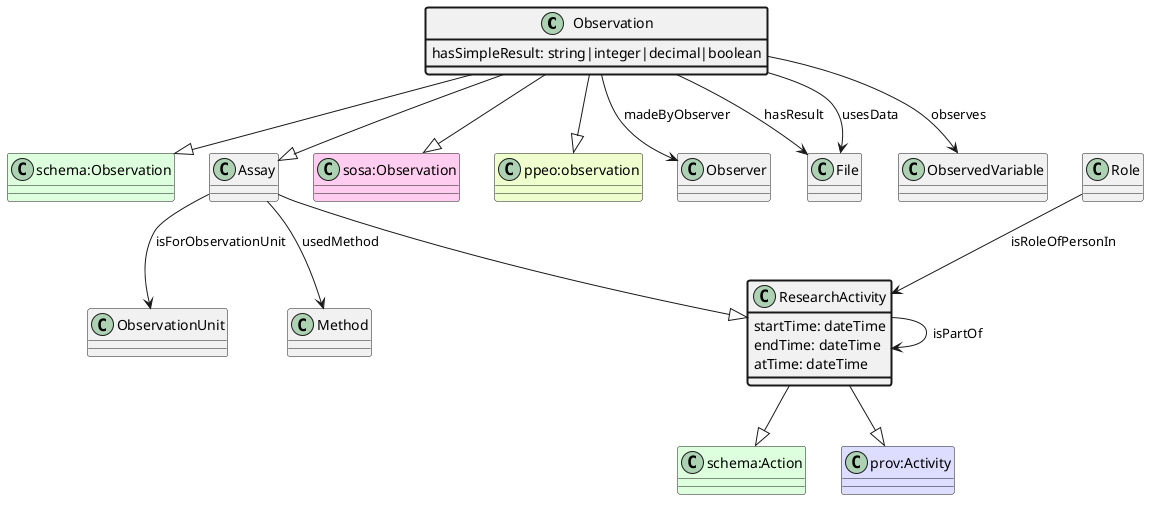
Above: ttl_uml/ttl_appn_Observation.png in aus-plant-phenomics-network/appn-schema (PlantUML), before the change.
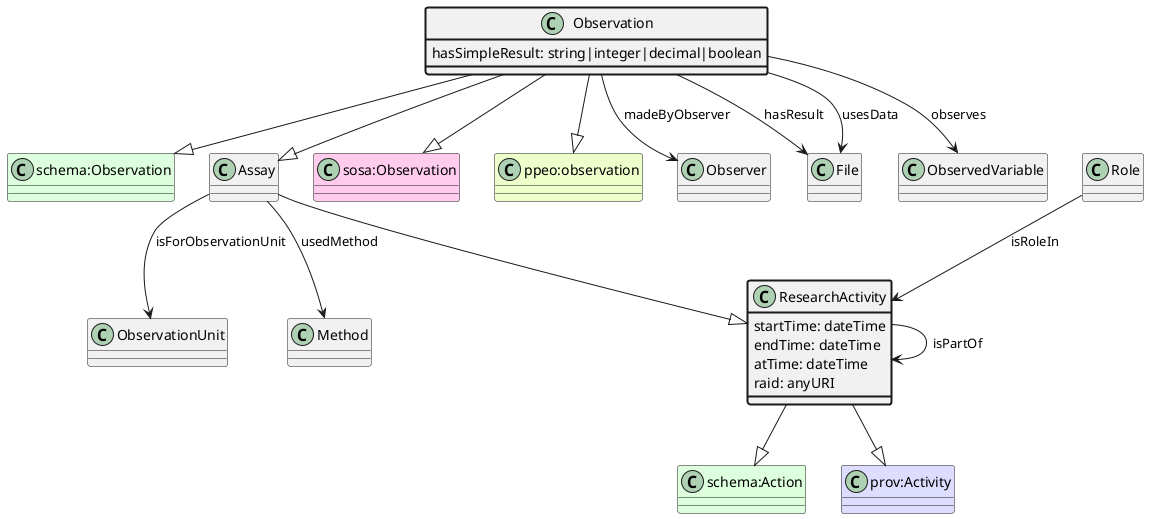
After the change.

Diff of the diagram source:
```diff
@@ -32,7 +32,7 @@
 class ResearchActivity
 ResearchActivity --> ResearchActivity : isPartOf
 class Role
-Role --> ResearchActivity : isRoleOfPersonIn
+Role --> ResearchActivity : isRoleIn
 class ResearchActivity #line.bold {
     startTime: dateTime
 }
@@ -42,4 +42,7 @@
 class ResearchActivity #line.bold {
     atTime: dateTime
 }
+class ResearchActivity #line.bold {
+    raid: anyURI
+}
 @enduml
```
